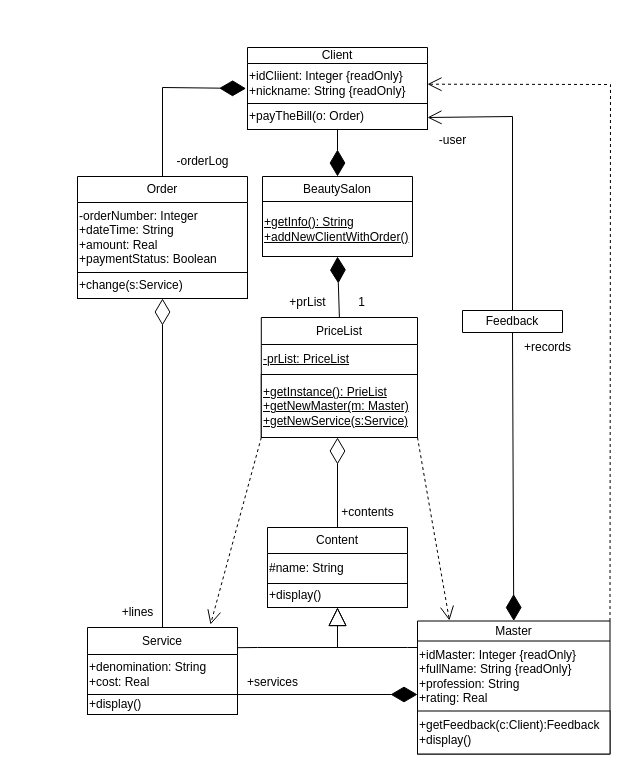
Above: classUML.drawio in Artvell3000/umlLab2 (draw.io), before the change. Source tidied: cells renumbered, new cells numbered last; positions are measured from the earlier drawing's top-left corner, leaving out a move shared by most shapes. Both pictures are drawn from the tidied source at 100%, with x=0, y=0 at pixel (77, 47).
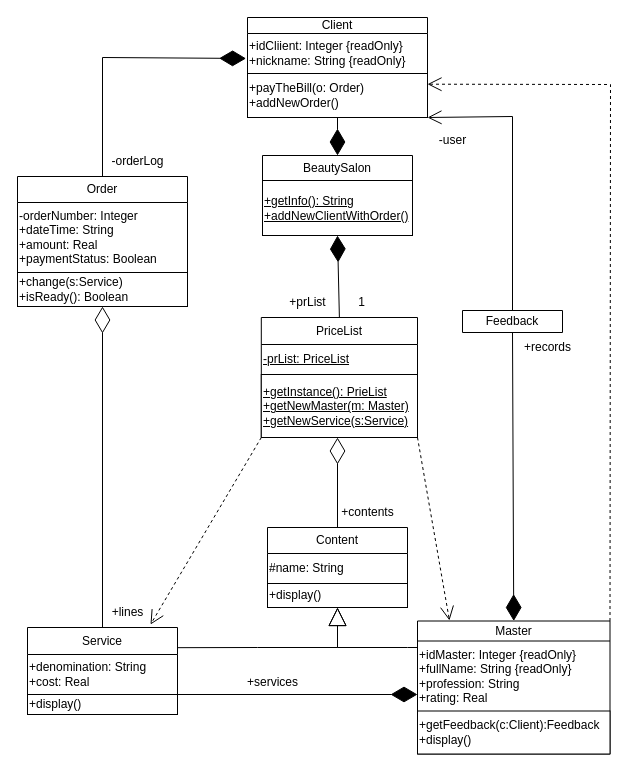
After the change.

The change refers to these unchanged cells:
```xml
<mxCell id="12" value="+idCliient: Integer {readOnly}&lt;br&gt;+nickname: String {readOnly}" style="text;html=1;align=left;verticalAlign=middle;points=[];strokeColor=none;fillColor=none;" parent="11" vertex="1">
  <mxGeometry y="16" width="180" height="40" as="geometry" />
</mxCell>
```

The edit, as a diff of the source:
```diff
@@
     <mxCell id="2" value="Order" style="swimlane;fontStyle=0;horizontal=1;startSize=26;fillColor=none;whiteSpace=wrap;html=1;" parent="1" vertex="1">
-      <mxGeometry y="129" width="170" height="122" as="geometry" />
+      <mxGeometry x="-60" y="129" width="170" height="130" as="geometry" />
     </mxCell>
@@
-    <mxCell id="4" value="+change(s:Service)" style="whiteSpace=wrap;html=1;align=left;" parent="2" vertex="1">
-      <mxGeometry y="96" width="170" height="26" as="geometry" />
+    <mxCell id="4" value="+change(s:Service)&lt;br&gt;+isReady(): Boolean" style="whiteSpace=wrap;html=1;align=left;" parent="2" vertex="1">
+      <mxGeometry y="96" width="170" height="34" as="geometry" />
     </mxCell>
     <mxCell id="5" value="Service" style="swimlane;fontStyle=0;horizontal=1;startSize=27;fillColor=none;whiteSpace=wrap;html=1;" parent="1" vertex="1">
-      <mxGeometry x="10" y="580" width="150" height="87" as="geometry" />
+      <mxGeometry x="-50" y="580" width="150" height="87" as="geometry" />
     </mxCell>
@@
     <mxCell id="11" value="Client" style="swimlane;fontStyle=0;horizontal=1;startSize=16;fillColor=none;whiteSpace=wrap;html=1;" parent="1" vertex="1">
-      <mxGeometry x="170" width="180" height="82" as="geometry" />
+      <mxGeometry x="170" y="-30" width="180" height="100" as="geometry" />
     </mxCell>
@@
-    <mxCell id="13" value="+payTheBill(o: Order)" style="whiteSpace=wrap;html=1;align=left;" parent="11" vertex="1">
-      <mxGeometry y="56" width="180" height="26" as="geometry" />
+    <mxCell id="13" value="+payTheBill(o: Order)&lt;br&gt;+addNewOrder()" style="whiteSpace=wrap;html=1;align=left;" parent="11" vertex="1">
+      <mxGeometry y="56" width="180" height="44" as="geometry" />
     </mxCell>
     <mxCell id="14" value="BeautySalon" style="swimlane;fontStyle=0;horizontal=1;startSize=25;fillColor=none;whiteSpace=wrap;html=1;" parent="1" vertex="1">
-      <mxGeometry x="185" y="129" width="150" height="80" as="geometry" />
+      <mxGeometry x="185" y="108" width="150" height="80" as="geometry" />
     </mxCell>
@@
     <mxCell id="19" style="endArrow=diamondThin;endFill=1;endSize=24;html=1;rounded=0;exitX=0.5;exitY=0;exitDx=0;exitDy=0;entryX=-0.008;entryY=0.624;entryDx=0;entryDy=0;entryPerimeter=0;" parent="1" edge="1" source="2" target="12">
       <mxGeometry relative="1" as="geometry">
         <Array as="points">
-          <mxPoint x="85" y="40" />
+          <mxPoint x="25" y="10" />
         </Array>
       </mxGeometry>
     </mxCell>
@@
-    <mxCell id="24" style="endArrow=diamondThin;endFill=0;endSize=24;html=1;rounded=0;exitX=0.5;exitY=0;exitDx=0;exitDy=0;entryX=0.5;entryY=1;entryDx=0;entryDy=0;" parent="1" edge="1" source="5" target="4">
+    <mxCell id="24" style="endArrow=diamondThin;endFill=0;endSize=24;html=1;rounded=0;exitX=0.5;exitY=0;exitDx=0;exitDy=0;entryX=0.5;entryY=1;entryDx=0;entryDy=0;" parent="1" edge="1" source="5" target="2">
       <mxGeometry relative="1" as="geometry" />
     </mxCell>
@@
     <mxCell id="28" value="-orderLog" style="text;html=1;align=center;verticalAlign=middle;strokeColor=none;fillColor=none;" parent="1" vertex="1">
-      <mxGeometry x="85" y="99" width="80" height="30" as="geometry" />
+      <mxGeometry x="20" y="99" width="80" height="30" as="geometry" />
     </mxCell>
     <mxCell id="29" value="+lines" style="text;html=1;align=center;verticalAlign=middle;strokeColor=none;fillColor=none;" parent="1" vertex="1">
-      <mxGeometry x="30" y="550" width="60" height="30" as="geometry" />
+      <mxGeometry x="20" y="550" width="60" height="30" as="geometry" />
     </mxCell>
```
